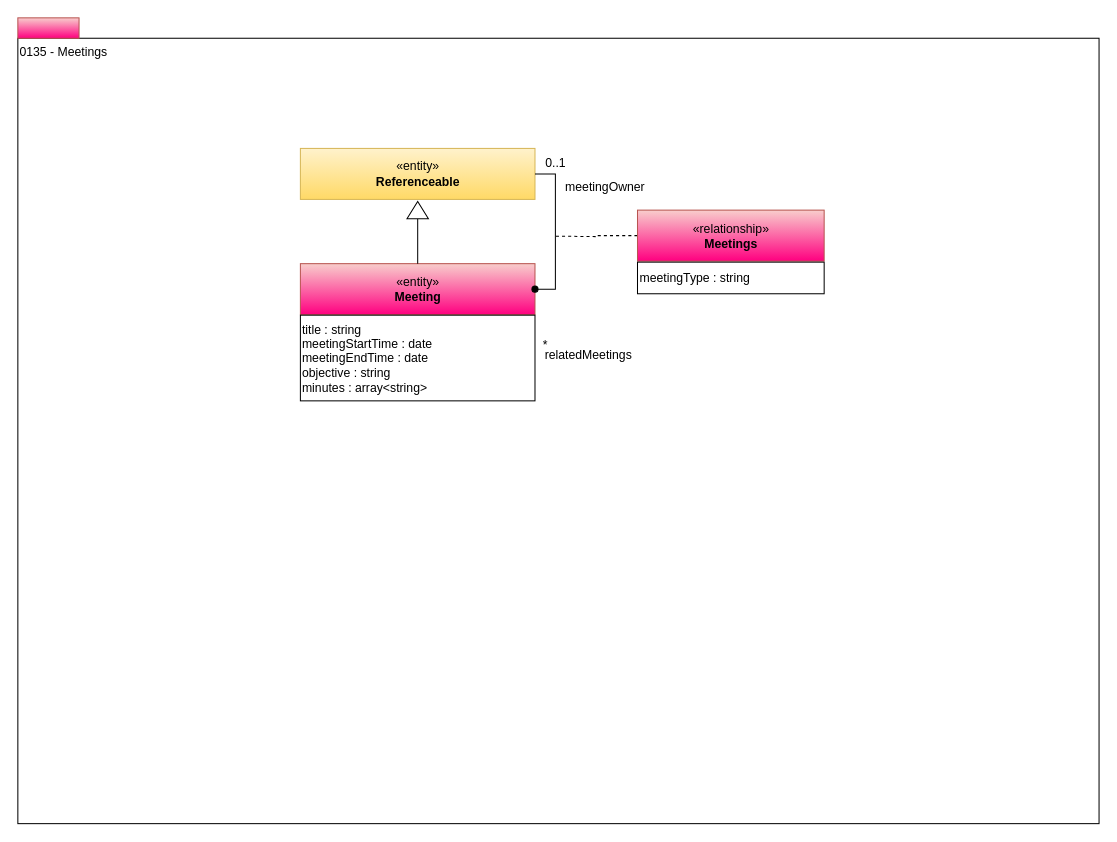
Earlier version of the draw.io diagram page "0135-Meetings" (11 of 16) of site/docs/types/1/area-1-collaboration.drawio (odpi/egeria-docs). Source tidied: cells renumbered, new cells numbered last; positions are measured from the earlier drawing's top-left corner, leaving out a move shared by most shapes. Both pictures are drawn from the tidied source at 102%, with x=0, y=0 at pixel (17, 17).
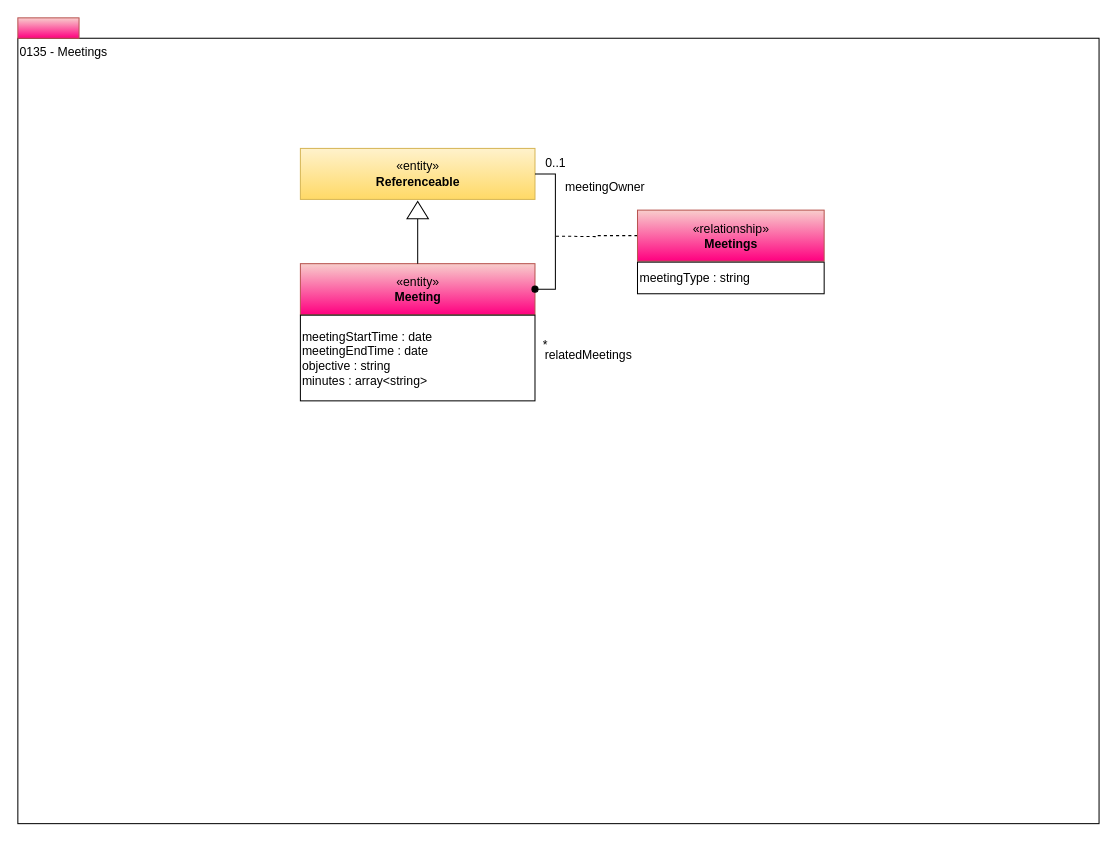
After the change.

Change to the diagram source:
```diff
@@
 <mxGraphModel>
   <root>
     <mxCell id="0" />
     <mxCell id="1" parent="0" />
     <mxCell id="2" value="0135 - Meetings" style="rounded=0;whiteSpace=wrap;html=1;align=left;verticalAlign=top;" parent="1" vertex="1">
       <mxGeometry y="20" width="1060" height="770" as="geometry" />
     </mxCell>
     <mxCell id="3" value="«entity»&lt;br&gt;&lt;b&gt;Meeting&lt;/b&gt;" style="html=1;strokeColor=#b85450;align=center;fillColor=#f8cecc;gradientColor=#FF0080;" parent="1" vertex="1">
       <mxGeometry x="277" y="241" width="230" height="50" as="geometry" />
     </mxCell>
     <mxCell id="4" style="html=1;strokeColor=#b85450;align=center;fillColor=#f8cecc;gradientColor=#FF0080;" parent="1" vertex="1">
       <mxGeometry width="60" height="20" as="geometry" />
     </mxCell>
-    <mxCell id="5" value="title : string&lt;br&gt;meetingStartTime : date&lt;br&gt;meetingEndTime : date&lt;br&gt;objective : string&lt;br&gt;minutes : array&amp;lt;string&amp;gt;" style="rounded=0;whiteSpace=wrap;html=1;align=left;" parent="1" vertex="1">
+    <mxCell id="5" value="meetingStartTime : date&lt;br&gt;meetingEndTime : date&lt;br&gt;objective : string&lt;br&gt;minutes : array&amp;lt;string&amp;gt;" style="rounded=0;whiteSpace=wrap;html=1;align=left;" parent="1" vertex="1">
       <mxGeometry x="277" y="291.5" width="230" height="84" as="geometry" />
     </mxCell>
     <mxCell id="6" style="edgeStyle=orthogonalEdgeStyle;rounded=0;html=1;exitX=0;exitY=0.5;entryX=0.5;entryY=0;jettySize=auto;endArrow=none;endFill=0;" parent="1" edge="1" source="7" target="3">
       <mxGeometry relative="1" as="geometry" />
     </mxCell>
     <mxCell id="7" style="triangle;whiteSpace=wrap;html=1;strokeColor=#000000;gradientColor=#ffffff;align=center;rotation=-90;" parent="1" vertex="1">
       <mxGeometry x="383.5" y="178" width="17" height="21" as="geometry" />
     </mxCell>
     <mxCell id="8" style="edgeStyle=orthogonalEdgeStyle;rounded=0;html=1;exitX=0;exitY=0.5;endArrow=none;endFill=0;jettySize=auto;dashed=1;" parent="1" edge="1" source="9">
       <mxGeometry relative="1" as="geometry">
         <mxPoint x="527" y="214" as="targetPoint" />
       </mxGeometry>
     </mxCell>
     <mxCell id="9" value="«relationship»&lt;br&gt;&lt;b&gt;Meetings&lt;/b&gt;" style="html=1;strokeColor=#b85450;align=center;fillColor=#f8cecc;gradientColor=#FF0080;" parent="1" vertex="1">
       <mxGeometry x="607.5" y="188.5" width="183" height="50" as="geometry" />
     </mxCell>
     <mxCell id="10" value="*" style="text;html=1;align=center;verticalAlign=top;spacingTop=-4;" parent="1" vertex="1">
       <mxGeometry x="507" y="311" width="20" height="20" as="geometry" />
     </mxCell>
     <mxCell id="11" value="0..1" style="text;html=1;align=center;verticalAlign=top;spacingTop=-4;" parent="1" vertex="1">
       <mxGeometry x="507" y="133" width="40" height="20" as="geometry" />
     </mxCell>
     <mxCell id="12" value="«entity»&lt;br&gt;&lt;b&gt;Referenceable&lt;/b&gt;" style="html=1;strokeColor=#d6b656;align=center;fillColor=#fff2cc;gradientColor=#ffd966;" parent="1" vertex="1">
       <mxGeometry x="277" y="128" width="230" height="50" as="geometry" />
     </mxCell>
     <mxCell id="13" value="meetingType : string" style="rounded=0;whiteSpace=wrap;html=1;strokeColor=#000000;gradientColor=#ffffff;align=left;" parent="1" vertex="1">
       <mxGeometry x="607.5" y="239.5" width="183" height="31" as="geometry" />
     </mxCell>
     <mxCell id="14" value="meetingOwner" style="text;html=1;align=left;verticalAlign=top;spacingTop=-4;" parent="1" vertex="1">
       <mxGeometry x="535" y="156" width="90" height="20" as="geometry" />
     </mxCell>
     <mxCell id="15" value="relatedMeetings" style="text;html=1;align=left;verticalAlign=top;spacingTop=-4;" parent="1" vertex="1">
       <mxGeometry x="515" y="321" width="100" height="20" as="geometry" />
     </mxCell>
     <mxCell id="16" style="edgeStyle=orthogonalEdgeStyle;rounded=0;html=1;exitX=1;exitY=0.5;endArrow=oval;endFill=1;jettySize=auto;entryX=1;entryY=0.5;entryDx=0;entryDy=0;exitDx=0;exitDy=0;" parent="1" edge="1" source="12" target="3">
       <mxGeometry relative="1" as="geometry" />
     </mxCell>
   </root>
 </mxGraphModel>
```
